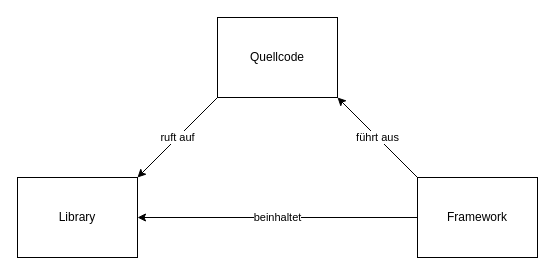
This is framework_vs_library.drawio from schattenbrot/draw-io, a draw.io file, before an edit. Source tidied: cells renumbered, new cells numbered last; positions are measured from the earlier drawing's top-left corner, leaving out a move shared by most shapes. Both pictures are drawn from the tidied source at 100%, with x=0, y=0 at pixel (17, 17).
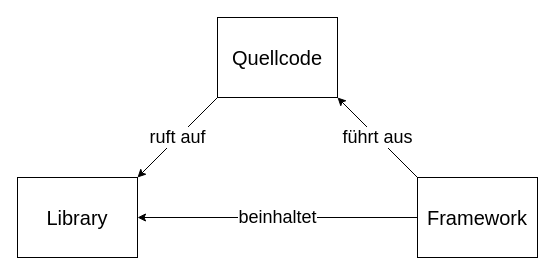
The same page after the edit.

What changed in the source:
```diff
@@
 <mxGraphModel>
   <root>
     <mxCell id="0" />
     <mxCell id="1" parent="0" />
-    <mxCell id="2" value="Library" style="rounded=0;whiteSpace=wrap;html=1;" parent="1" vertex="1">
+    <mxCell id="2" value="&lt;font style=&quot;font-size: 20px;&quot;&gt;Library&lt;/font&gt;" style="rounded=0;whiteSpace=wrap;html=1;" parent="1" vertex="1">
       <mxGeometry y="160" width="120" height="80" as="geometry" />
     </mxCell>
-    <mxCell id="3" value="beinhaltet" style="edgeStyle=orthogonalEdgeStyle;rounded=0;jettySize=auto;html=1;exitX=0;exitY=0.5;exitDx=0;exitDy=0;entryX=1;entryY=0.5;entryDx=0;entryDy=0;" parent="1" edge="1" source="4" target="2">
+    <mxCell id="3" value="&lt;font style=&quot;font-size: 18px;&quot;&gt;beinhaltet&lt;/font&gt;" style="edgeStyle=orthogonalEdgeStyle;rounded=0;jettySize=auto;html=1;exitX=0;exitY=0.5;exitDx=0;exitDy=0;entryX=1;entryY=0.5;entryDx=0;entryDy=0;" parent="1" edge="1" source="4" target="2">
       <mxGeometry relative="1" as="geometry" />
     </mxCell>
-    <mxCell id="4" value="Framework" style="rounded=0;whiteSpace=wrap;html=1;" parent="1" vertex="1">
+    <mxCell id="4" value="&lt;font style=&quot;font-size: 20px;&quot;&gt;Framework&lt;/font&gt;" style="rounded=0;whiteSpace=wrap;html=1;" parent="1" vertex="1">
       <mxGeometry x="400" y="160" width="120" height="80" as="geometry" />
     </mxCell>
-    <mxCell id="5" value="Quellcode" style="rounded=0;whiteSpace=wrap;html=1;" parent="1" vertex="1">
+    <mxCell id="5" value="&lt;font style=&quot;font-size: 20px;&quot;&gt;Quellcode&lt;/font&gt;" style="rounded=0;whiteSpace=wrap;html=1;" parent="1" vertex="1">
       <mxGeometry x="200" width="120" height="80" as="geometry" />
     </mxCell>
-    <mxCell id="6" value="führt aus" style="endArrow=classic;html=1;rounded=0;entryX=1;entryY=1;entryDx=0;entryDy=0;exitX=0;exitY=0;exitDx=0;exitDy=0;" parent="1" edge="1" source="4" target="5">
+    <mxCell id="6" value="&lt;font style=&quot;font-size: 18px;&quot;&gt;führt aus&lt;/font&gt;" style="endArrow=classic;html=1;rounded=0;entryX=1;entryY=1;entryDx=0;entryDy=0;exitX=0;exitY=0;exitDx=0;exitDy=0;" parent="1" edge="1" source="4" target="5">
       <mxGeometry relative="1" as="geometry" />
     </mxCell>
-    <mxCell id="7" value="ruft auf" style="endArrow=classic;html=1;rounded=0;exitX=0;exitY=1;exitDx=0;exitDy=0;entryX=1;entryY=0;entryDx=0;entryDy=0;" parent="1" edge="1" source="5" target="2">
+    <mxCell id="7" value="&lt;font style=&quot;font-size: 18px;&quot;&gt;ruft auf&lt;/font&gt;" style="endArrow=classic;html=1;rounded=0;exitX=0;exitY=1;exitDx=0;exitDy=0;entryX=1;entryY=0;entryDx=0;entryDy=0;" parent="1" edge="1" source="5" target="2">
       <mxGeometry relative="1" as="geometry" />
     </mxCell>
   </root>
 </mxGraphModel>
```
